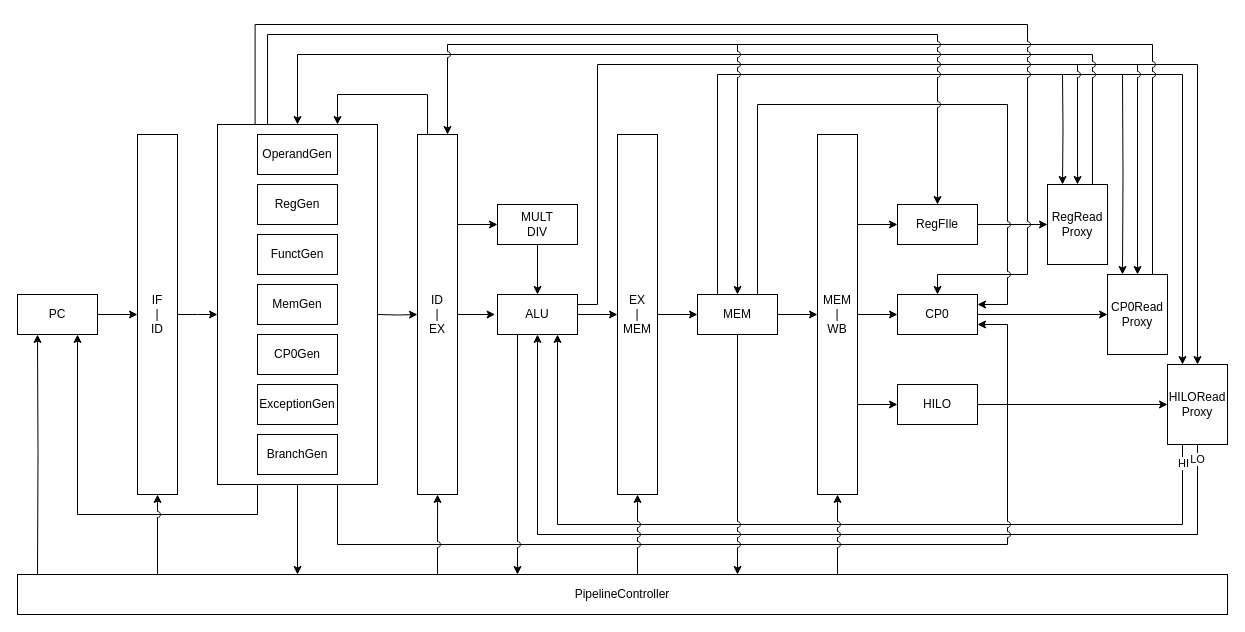
Earlier version of the draw.io diagram CS/ExternMIPS/访存指令/LB.drawio (umiskky/Diagrams). Source tidied: cells renumbered, new cells numbered last; positions are measured from the earlier drawing's top-left corner, leaving out a move shared by most shapes. Both pictures are drawn from the tidied source at 100%, with x=0, y=0 at pixel (17, 24).
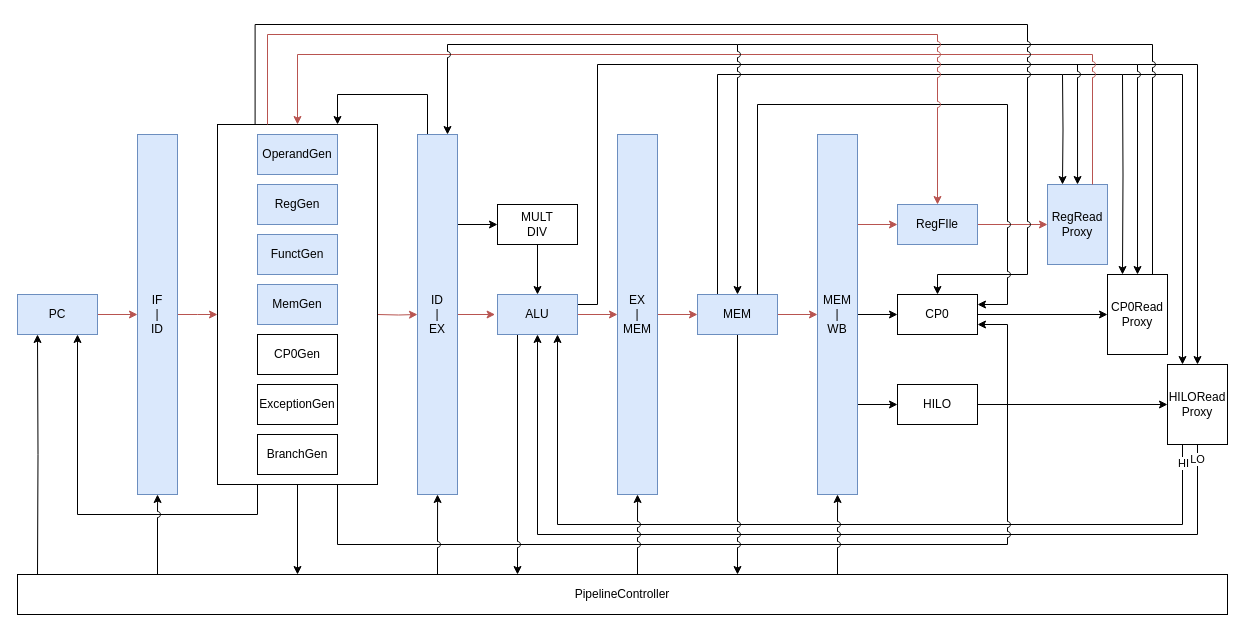
The same diagram, later.

The change refers to these unchanged cells:
```xml
<mxCell id="60" value="&lt;blockquote style=&quot;margin: 0 0 0 40px ; border: none ; padding: 0px&quot;&gt;&lt;/blockquote&gt;" style="rounded=0;whiteSpace=wrap;html=1;align=left;" parent="1" vertex="1">
  <mxGeometry x="200" y="100" width="160" height="360" as="geometry" />
</mxCell>
```

The edit, as a diff of the source:
```diff
@@
-    <mxCell id="15" style="edgeStyle=orthogonalEdgeStyle;rounded=0;jettySize=auto;html=1;exitX=1;exitY=0.5;exitDx=0;exitDy=0;" parent="1" edge="1" source="17" target="20">
+    <mxCell id="15" style="edgeStyle=orthogonalEdgeStyle;rounded=0;jettySize=auto;html=1;exitX=1;exitY=0.5;exitDx=0;exitDy=0;fillColor=#f8cecc;strokeColor=#b85450;" parent="1" edge="1" source="17" target="20">
       <mxGeometry relative="1" as="geometry" />
     </mxCell>
@@
-    <mxCell id="17" value="PC" style="rounded=0;whiteSpace=wrap;html=1;" parent="1" vertex="1">
+    <mxCell id="17" value="PC" style="rounded=0;whiteSpace=wrap;html=1;fillColor=#dae8fc;strokeColor=#6c8ebf;" parent="1" vertex="1">
       <mxGeometry y="270" width="80" height="40" as="geometry" />
     </mxCell>
-    <mxCell id="18" style="edgeStyle=orthogonalEdgeStyle;rounded=0;jettySize=auto;html=1;exitX=1;exitY=0.5;exitDx=0;exitDy=0;entryX=0;entryY=0.5;entryDx=0;entryDy=0;" parent="1" edge="1" source="20">
+    <mxCell id="18" style="edgeStyle=orthogonalEdgeStyle;rounded=0;jettySize=auto;html=1;exitX=1;exitY=0.5;exitDx=0;exitDy=0;entryX=0;entryY=0.5;entryDx=0;entryDy=0;fillColor=#f8cecc;strokeColor=#b85450;" parent="1" edge="1" source="20">
       <mxGeometry relative="1" as="geometry">
         <mxPoint x="200" y="290" as="targetPoint" />
       </mxGeometry>
     </mxCell>
@@
-    <mxCell id="20" value="IF&lt;br&gt;|&lt;br&gt;ID" style="rounded=0;whiteSpace=wrap;html=1;" parent="1" vertex="1">
+    <mxCell id="20" value="IF&lt;br&gt;|&lt;br&gt;ID" style="rounded=0;whiteSpace=wrap;html=1;fillColor=#dae8fc;strokeColor=#6c8ebf;" parent="1" vertex="1">
       <mxGeometry x="120" y="110" width="40" height="360" as="geometry" />
     </mxCell>
@@
-    <mxCell id="22" style="edgeStyle=orthogonalEdgeStyle;rounded=0;jettySize=auto;html=1;exitX=1;exitY=0.5;exitDx=0;exitDy=0;entryX=-0.03;entryY=0.482;entryDx=0;entryDy=0;entryPerimeter=0;" parent="1" edge="1" source="25" target="40">
+    <mxCell id="22" style="edgeStyle=orthogonalEdgeStyle;rounded=0;jettySize=auto;html=1;exitX=1;exitY=0.5;exitDx=0;exitDy=0;entryX=-0.03;entryY=0.482;entryDx=0;entryDy=0;entryPerimeter=0;fillColor=#f8cecc;strokeColor=#b85450;" parent="1" edge="1" source="25" target="40">
       <mxGeometry relative="1" as="geometry" />
     </mxCell>
@@
-    <mxCell id="25" value="ID&lt;br&gt;|&lt;br&gt;EX" style="rounded=0;whiteSpace=wrap;html=1;" parent="1" vertex="1">
+    <mxCell id="25" value="ID&lt;br&gt;|&lt;br&gt;EX" style="rounded=0;whiteSpace=wrap;html=1;fillColor=#dae8fc;strokeColor=#6c8ebf;" parent="1" vertex="1">
       <mxGeometry x="400" y="110" width="40" height="360" as="geometry" />
     </mxCell>
-    <mxCell id="26" style="edgeStyle=orthogonalEdgeStyle;rounded=0;jettySize=auto;html=1;exitX=1;exitY=0.5;exitDx=0;exitDy=0;entryX=0;entryY=0.5;entryDx=0;entryDy=0;" parent="1" edge="1" source="28" target="43">
+    <mxCell id="26" style="edgeStyle=orthogonalEdgeStyle;rounded=0;jettySize=auto;html=1;exitX=1;exitY=0.5;exitDx=0;exitDy=0;entryX=0;entryY=0.5;entryDx=0;entryDy=0;fillColor=#f8cecc;strokeColor=#b85450;" parent="1" edge="1" source="28" target="43">
       <mxGeometry relative="1" as="geometry" />
     </mxCell>
@@
-    <mxCell id="28" value="EX&lt;br&gt;|&lt;br&gt;MEM" style="rounded=0;whiteSpace=wrap;html=1;" parent="1" vertex="1">
+    <mxCell id="28" value="EX&lt;br&gt;|&lt;br&gt;MEM" style="rounded=0;whiteSpace=wrap;html=1;fillColor=#dae8fc;strokeColor=#6c8ebf;" parent="1" vertex="1">
       <mxGeometry x="600" y="110" width="40" height="360" as="geometry" />
     </mxCell>
@@
-    <mxCell id="30" style="edgeStyle=orthogonalEdgeStyle;rounded=0;jettySize=auto;html=1;exitX=1;exitY=0.25;exitDx=0;exitDy=0;entryX=0;entryY=0.5;entryDx=0;entryDy=0;" parent="1" edge="1" source="33" target="45">
+    <mxCell id="30" style="edgeStyle=orthogonalEdgeStyle;rounded=0;jettySize=auto;html=1;exitX=1;exitY=0.25;exitDx=0;exitDy=0;entryX=0;entryY=0.5;entryDx=0;entryDy=0;fillColor=#f8cecc;strokeColor=#b85450;" parent="1" edge="1" source="33" target="45">
       <mxGeometry relative="1" as="geometry" />
     </mxCell>
@@
-    <mxCell id="33" value="MEM&lt;br&gt;|&lt;br&gt;WB" style="rounded=0;whiteSpace=wrap;html=1;" parent="1" vertex="1">
+    <mxCell id="33" value="MEM&lt;br&gt;|&lt;br&gt;WB" style="rounded=0;whiteSpace=wrap;html=1;fillColor=#dae8fc;strokeColor=#6c8ebf;" parent="1" vertex="1">
       <mxGeometry x="800" y="110" width="40" height="360" as="geometry" />
     </mxCell>
-    <mxCell id="34" style="edgeStyle=orthogonalEdgeStyle;rounded=0;jettySize=auto;html=1;exitX=1;exitY=0.5;exitDx=0;exitDy=0;entryX=0;entryY=0.5;entryDx=0;entryDy=0;" parent="1" edge="1" target="25">
+    <mxCell id="34" style="edgeStyle=orthogonalEdgeStyle;rounded=0;jettySize=auto;html=1;exitX=1;exitY=0.5;exitDx=0;exitDy=0;entryX=0;entryY=0.5;entryDx=0;entryDy=0;fillColor=#f8cecc;strokeColor=#b85450;" parent="1" edge="1" target="25">
       <mxGeometry relative="1" as="geometry">
         <mxPoint x="360" y="290" as="sourcePoint" />
       </mxGeometry>
     </mxCell>
@@
-    <mxCell id="38" style="edgeStyle=orthogonalEdgeStyle;rounded=0;jettySize=auto;html=1;exitX=1;exitY=0.5;exitDx=0;exitDy=0;entryX=0;entryY=0.5;entryDx=0;entryDy=0;" parent="1" edge="1" source="40" target="28">
+    <mxCell id="38" style="edgeStyle=orthogonalEdgeStyle;rounded=0;jettySize=auto;html=1;exitX=1;exitY=0.5;exitDx=0;exitDy=0;entryX=0;entryY=0.5;entryDx=0;entryDy=0;fillColor=#f8cecc;strokeColor=#b85450;" parent="1" edge="1" source="40" target="28">
       <mxGeometry relative="1" as="geometry" />
     </mxCell>
@@
-    <mxCell id="40" value="ALU" style="rounded=0;whiteSpace=wrap;html=1;" parent="1" vertex="1">
+    <mxCell id="40" value="ALU" style="rounded=0;whiteSpace=wrap;html=1;fillColor=#dae8fc;strokeColor=#6c8ebf;" parent="1" vertex="1">
       <mxGeometry x="480" y="270" width="80" height="40" as="geometry" />
     </mxCell>
-    <mxCell id="41" style="edgeStyle=orthogonalEdgeStyle;rounded=0;jettySize=auto;html=1;exitX=1;exitY=0.5;exitDx=0;exitDy=0;entryX=0;entryY=0.5;entryDx=0;entryDy=0;" parent="1" edge="1" source="43" target="33">
+    <mxCell id="41" style="edgeStyle=orthogonalEdgeStyle;rounded=0;jettySize=auto;html=1;exitX=1;exitY=0.5;exitDx=0;exitDy=0;entryX=0;entryY=0.5;entryDx=0;entryDy=0;fillColor=#f8cecc;strokeColor=#b85450;" parent="1" edge="1" source="43" target="33">
       <mxGeometry relative="1" as="geometry" />
     </mxCell>
@@
-    <mxCell id="43" value="MEM" style="rounded=0;whiteSpace=wrap;html=1;" parent="1" vertex="1">
+    <mxCell id="43" value="MEM" style="rounded=0;whiteSpace=wrap;html=1;fillColor=#dae8fc;strokeColor=#6c8ebf;" parent="1" vertex="1">
       <mxGeometry x="680" y="270" width="80" height="40" as="geometry" />
     </mxCell>
-    <mxCell id="44" style="edgeStyle=orthogonalEdgeStyle;rounded=0;jettySize=auto;html=1;exitX=1;exitY=0.5;exitDx=0;exitDy=0;entryX=0;entryY=0.5;entryDx=0;entryDy=0;" parent="1" edge="1" source="45" target="51">
+    <mxCell id="44" style="edgeStyle=orthogonalEdgeStyle;rounded=0;jettySize=auto;html=1;exitX=1;exitY=0.5;exitDx=0;exitDy=0;entryX=0;entryY=0.5;entryDx=0;entryDy=0;fillColor=#f8cecc;strokeColor=#b85450;" parent="1" edge="1" source="45" target="51">
       <mxGeometry relative="1" as="geometry" />
     </mxCell>
-    <mxCell id="45" value="RegFIle" style="rounded=0;whiteSpace=wrap;html=1;" parent="1" vertex="1">
+    <mxCell id="45" value="RegFIle" style="rounded=0;whiteSpace=wrap;html=1;fillColor=#dae8fc;strokeColor=#6c8ebf;" parent="1" vertex="1">
       <mxGeometry x="880" y="180" width="80" height="40" as="geometry" />
     </mxCell>
@@
-    <mxCell id="51" value="RegRead&lt;br&gt;Proxy" style="rounded=0;whiteSpace=wrap;html=1;" parent="1" vertex="1">
+    <mxCell id="51" value="RegRead&lt;br&gt;Proxy" style="rounded=0;whiteSpace=wrap;html=1;fillColor=#dae8fc;strokeColor=#6c8ebf;" parent="1" vertex="1">
       <mxGeometry x="1030" y="160" width="60" height="80" as="geometry" />
     </mxCell>
@@
-    <mxCell id="57" style="edgeStyle=orthogonalEdgeStyle;rounded=0;jettySize=auto;html=1;exitX=0.75;exitY=0;exitDx=0;exitDy=0;jumpStyle=arc;entryX=0.5;entryY=0;entryDx=0;entryDy=0;" parent="1" edge="1" source="51" target="60">
+    <mxCell id="57" style="edgeStyle=orthogonalEdgeStyle;rounded=0;jettySize=auto;html=1;exitX=0.75;exitY=0;exitDx=0;exitDy=0;jumpStyle=arc;entryX=0.5;entryY=0;entryDx=0;entryDy=0;fillColor=#f8cecc;strokeColor=#b85450;" parent="1" edge="1" source="51" target="60">
       <mxGeometry relative="1" as="geometry">
         <Array as="points">
           <mxPoint x="1075" y="30" />
           <mxPoint x="280" y="30" />
         </Array>
       </mxGeometry>
     </mxCell>
@@
-    <mxCell id="61" value="OperandGen" style="rounded=0;whiteSpace=wrap;html=1;" parent="1" vertex="1">
+    <mxCell id="61" value="OperandGen" style="rounded=0;whiteSpace=wrap;html=1;fillColor=#dae8fc;strokeColor=#6c8ebf;" parent="1" vertex="1">
       <mxGeometry x="240" y="110" width="80" height="40" as="geometry" />
     </mxCell>
@@
-    <mxCell id="64" value="FunctGen" style="rounded=0;whiteSpace=wrap;html=1;" parent="1" vertex="1">
+    <mxCell id="64" value="FunctGen" style="rounded=0;whiteSpace=wrap;html=1;fillColor=#dae8fc;strokeColor=#6c8ebf;" parent="1" vertex="1">
       <mxGeometry x="240" y="210" width="80" height="40" as="geometry" />
     </mxCell>
-    <mxCell id="65" value="MemGen" style="rounded=0;whiteSpace=wrap;html=1;" parent="1" vertex="1">
+    <mxCell id="65" value="MemGen" style="rounded=0;whiteSpace=wrap;html=1;fillColor=#dae8fc;strokeColor=#6c8ebf;" parent="1" vertex="1">
       <mxGeometry x="240" y="260" width="80" height="40" as="geometry" />
     </mxCell>
@@
-    <mxCell id="67" value="RegGen" style="rounded=0;whiteSpace=wrap;html=1;" parent="1" vertex="1">
+    <mxCell id="67" value="RegGen" style="rounded=0;whiteSpace=wrap;html=1;fillColor=#dae8fc;strokeColor=#6c8ebf;" parent="1" vertex="1">
       <mxGeometry x="240" y="160" width="80" height="40" as="geometry" />
     </mxCell>
@@
-    <mxCell id="72" style="edgeStyle=orthogonalEdgeStyle;rounded=0;jumpStyle=arc;jettySize=auto;html=1;entryX=0.5;entryY=0;entryDx=0;entryDy=0;endFill=1;" parent="1" edge="1" target="45">
+    <mxCell id="72" style="edgeStyle=orthogonalEdgeStyle;rounded=0;jumpStyle=arc;jettySize=auto;html=1;entryX=0.5;entryY=0;entryDx=0;entryDy=0;endFill=1;fillColor=#f8cecc;strokeColor=#b85450;" parent="1" edge="1" target="45">
       <mxGeometry relative="1" as="geometry">
         <mxPoint x="250" y="100" as="sourcePoint" />
         <Array as="points">
           <mxPoint x="250" y="100" />
           <mxPoint x="250" y="10" />
           <mxPoint x="920" y="10" />
         </Array>
       </mxGeometry>
     </mxCell>
```
